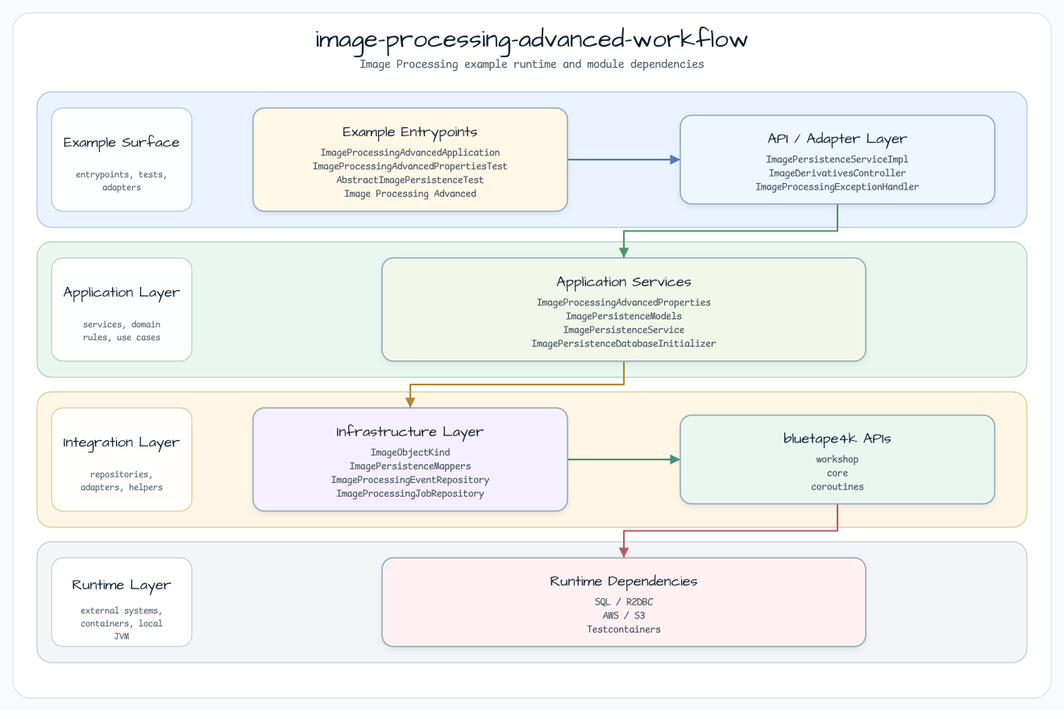
This is docs/images/readme-diagrams/image-processing-advanced-workflow-readme-architecture-01.png from bluetape4k/bluetape4k-workshop, a Graphviz export, as it was before one commit. Its source is kept beside it as docs/images/readme-diagrams/image-processing-advanced-workflow-readme-architecture-01.dot.
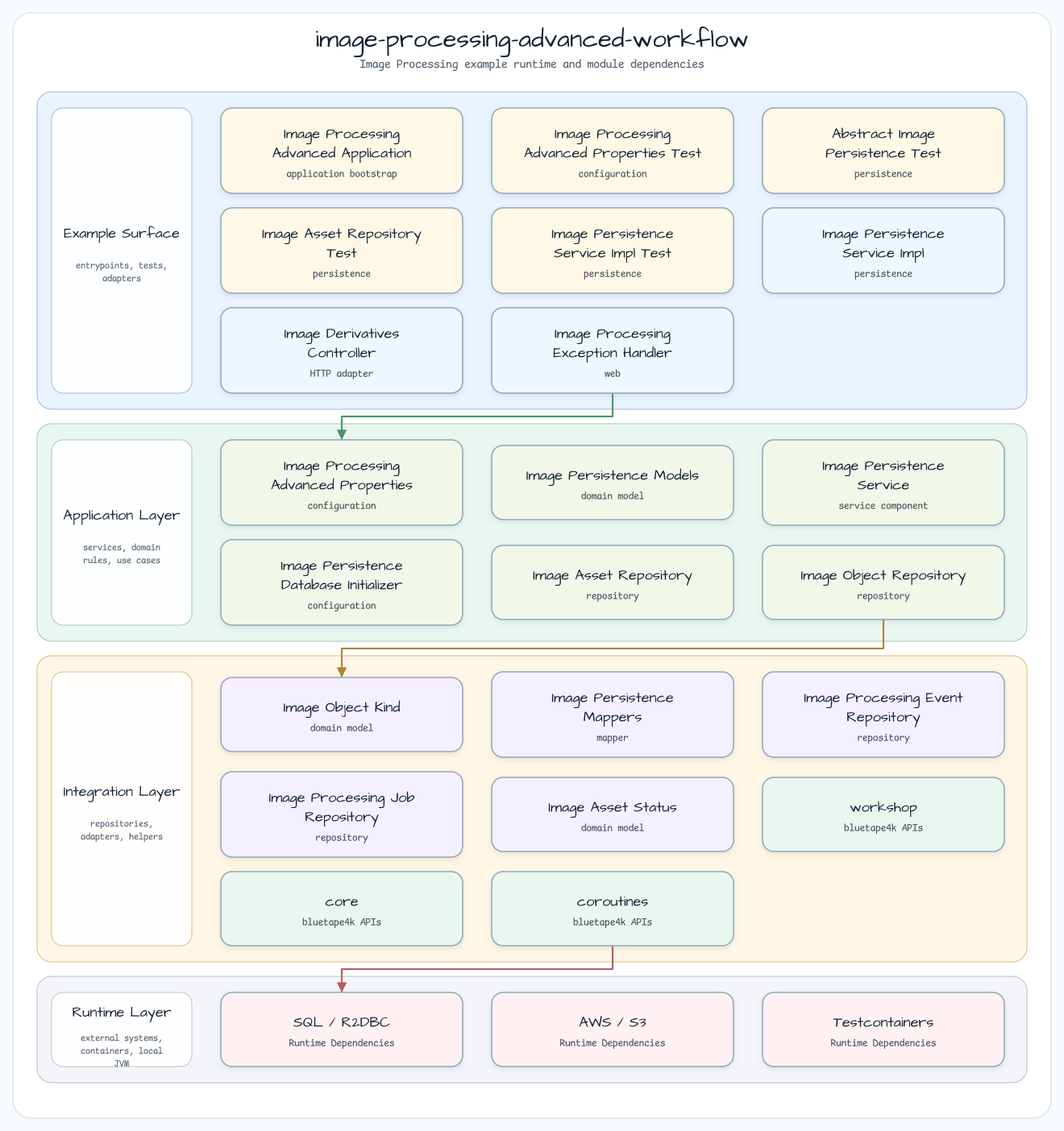
After the commit.

Change to the diagram source:
```diff
@@ -26,16 +26,33 @@
     fontsize=11
   ];
 
-  entry [label="Example Entrypoints\nImageProcessingAdvancedApplication\nImageProcessingAdvancedPropertiesTest\nAbstractImagePersistenceTest\nImage Processing Advanced", fillcolor="#FFF8E7"];
-  api [label="API / Adapter Layer\nImagePersistenceServiceImpl\nImageDerivativesController\nImageProcessingExceptionHandler", fillcolor="#EEF7FF"];
-  service [label="Application Services\nImageProcessingAdvancedProperties\nImagePersistenceModels\nImagePersistenceService\nImagePersistenceDatabaseInitializer", fillcolor="#F1F8E9"];
-  infra [label="Infrastructure Layer\nImageObjectKind\nImagePersistenceMappers\nImageProcessingEventRepository\nImageProcessingJobRepository", fillcolor="#F5F0FF"];
-  bt [label="bluetape4k APIs\nworkshop\ncore\ncoroutines", fillcolor="#EAF7F0"];
-  runtime [label="Runtime Dependencies\nSQL / R2DBC\nAWS / S3\nTestcontainers", fillcolor="#FFF1F1"];
+  entry0 [label="Image Processing Advanced Application\napplication bootstrap", fillcolor="#FFF8E7"];
+  entry1 [label="Image Processing Advanced Properties Test\nconfiguration", fillcolor="#FFF8E7"];
+  entry2 [label="Abstract Image Persistence Test\npersistence", fillcolor="#FFF8E7"];
+  entry3 [label="Image Asset Repository Test\npersistence", fillcolor="#FFF8E7"];
+  entry4 [label="Image Persistence Service Impl Test\npersistence", fillcolor="#FFF8E7"];
+  api0 [label="Image Persistence Service Impl\npersistence", fillcolor="#EEF7FF"];
+  api1 [label="Image Derivatives Controller\nHTTP adapter", fillcolor="#EEF7FF"];
+  api2 [label="Image Processing Exception Handler\nweb", fillcolor="#EEF7FF"];
+  service0 [label="Image Processing Advanced Properties\nconfiguration", fillcolor="#F1F8E9"];
+  service1 [label="Image Persistence Models\ndomain model", fillcolor="#F1F8E9"];
+  service2 [label="Image Persistence Service\nservice component", fillcolor="#F1F8E9"];
+  service3 [label="Image Persistence Database Initializer\nconfiguration", fillcolor="#F1F8E9"];
+  service4 [label="Image Asset Repository\nrepository", fillcolor="#F1F8E9"];
+  service5 [label="Image Object Repository\nrepository", fillcolor="#F1F8E9"];
+  infra0 [label="Image Object Kind\ndomain model", fillcolor="#F5F0FF"];
+  infra1 [label="Image Persistence Mappers\nmapper", fillcolor="#F5F0FF"];
+  infra2 [label="Image Processing Event Repository\nrepository", fillcolor="#F5F0FF"];
+  infra3 [label="Image Processing Job Repository\nrepository", fillcolor="#F5F0FF"];
+  infra4 [label="Image Asset Status\ndomain model", fillcolor="#F5F0FF"];
+  bt0 [label="workshop\nbluetape4k APIs", fillcolor="#EAF7F0"];
+  bt1 [label="core\nbluetape4k APIs", fillcolor="#EAF7F0"];
+  bt2 [label="coroutines\nbluetape4k APIs", fillcolor="#EAF7F0"];
+  runtime0 [label="SQL / R2DBC\nRuntime Dependencies", fillcolor="#FFF1F1"];
+  runtime1 [label="AWS / S3\nRuntime Dependencies", fillcolor="#FFF1F1"];
+  runtime2 [label="Testcontainers\nRuntime Dependencies", fillcolor="#FFF1F1"];
 
-  entry -> api [label="invokes"];
-  api -> service [label="delegates"];
-  service -> infra [label="persists / publishes"];
-  infra -> bt [label="extends"];
-  bt -> runtime [label="adapts"];
+  api2 -> service0 [label="delegates"];
+  service5 -> infra0 [label="persists / publishes"];
+  bt2 -> runtime0 [label="adapts"];
 }
```
